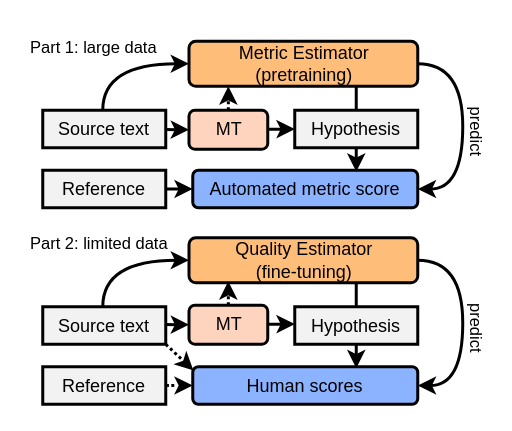
This is meta/pipeline.drawio from zouharvi/mt-metric-estimation, a draw.io file, before an edit. Source tidied: cells renumbered, new cells numbered last; positions are measured from the earlier drawing's top-left corner, leaving out a move shared by most shapes. Both pictures are drawn from the tidied source at 150%, with x=0, y=0 at pixel (27, 26).
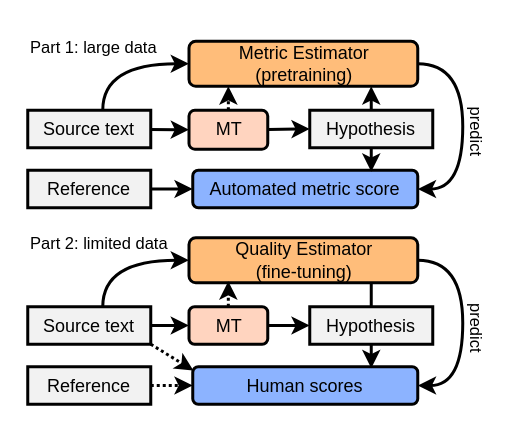
Above is the later version.

Commit message:
widen figure

Unchanged cells that the change refers to:
```xml
<mxCell id="29" value="Human scores" style="rounded=1;whiteSpace=wrap;html=1;fillColor=#8CB3FF;strokeWidth=2;" parent="1" vertex="1">
  <mxGeometry x="110" y="227" width="150" height="25" as="geometry" />
</mxCell>
```

The edit, as a diff of the source:
```diff
@@
     <mxCell id="4" value="&lt;span style=&quot;font-size: 12px;&quot;&gt;Source text&lt;/span&gt;" style="rounded=0;whiteSpace=wrap;html=1;fontSize=10.5;fillColor=#F2F2F2;strokeWidth=2;" parent="1" vertex="1">
-      <mxGeometry x="10" y="56" width="82" height="25" as="geometry" />
+      <mxGeometry y="56" width="82" height="25" as="geometry" />
     </mxCell>
@@
     <mxCell id="7" value="&lt;span style=&quot;font-size: 12px;&quot;&gt;Reference&lt;/span&gt;" style="rounded=0;whiteSpace=wrap;html=1;fontSize=10.5;fillColor=#F2F2F2;strokeWidth=2;" parent="1" vertex="1">
-      <mxGeometry x="10" y="96" width="82" height="25" as="geometry" />
+      <mxGeometry y="96" width="82" height="25" as="geometry" />
     </mxCell>
@@
-    <mxCell id="11" style="edgeStyle=orthogonalEdgeStyle;curved=1;rounded=0;jettySize=auto;html=1;strokeWidth=2;" parent="1" edge="1" source="12">
+    <mxCell id="11" style="rounded=0;jettySize=auto;html=1;strokeWidth=2;" parent="1" edge="1" source="12">
       <mxGeometry relative="1" as="geometry">
-        <mxPoint x="219" y="40" as="targetPoint" />
+        <mxPoint x="229" y="40" as="targetPoint" />
       </mxGeometry>
     </mxCell>
     <mxCell id="12" value="&lt;span style=&quot;font-size: 12px;&quot;&gt;Hypothesis&lt;/span&gt;" style="rounded=0;whiteSpace=wrap;html=1;fontSize=10.5;fillColor=#F2F2F2;strokeWidth=2;" parent="1" vertex="1">
-      <mxGeometry x="178" y="56" width="82" height="25" as="geometry" />
+      <mxGeometry x="188" y="56" width="82" height="25" as="geometry" />
     </mxCell>
@@
     <mxCell id="17" style="edgeStyle=orthogonalEdgeStyle;curved=1;rounded=0;orthogonalLoop=1;jettySize=auto;html=1;strokeWidth=2;" parent="1" edge="1">
       <mxGeometry relative="1" as="geometry">
-        <mxPoint x="219" y="81" as="sourcePoint" />
-        <mxPoint x="219" y="97" as="targetPoint" />
+        <mxPoint x="229" y="81" as="sourcePoint" />
+        <mxPoint x="229" y="97" as="targetPoint" />
       </mxGeometry>
     </mxCell>
@@
     <mxCell id="20" value="&lt;span style=&quot;font-size: 12px;&quot;&gt;Source text&lt;/span&gt;" style="rounded=0;whiteSpace=wrap;html=1;fontSize=10.5;fillColor=#F2F2F2;strokeWidth=2;" parent="1" vertex="1">
-      <mxGeometry x="10" y="187" width="82" height="25" as="geometry" />
+      <mxGeometry y="187" width="82" height="25" as="geometry" />
     </mxCell>
@@
-    <mxCell id="22" style="edgeStyle=orthogonalEdgeStyle;curved=1;rounded=0;jettySize=auto;html=1;entryX=0;entryY=0.5;entryDx=0;entryDy=0;strokeWidth=2;dashed=1;dashPattern=1 4;" parent="1" edge="1" source="23" target="29">
+    <mxCell id="22" style="rounded=0;jettySize=auto;html=1;entryX=0;entryY=0.5;entryDx=0;entryDy=0;strokeWidth=2;dashed=1;dashPattern=1 1;" parent="1" edge="1" source="23" target="29">
       <mxGeometry relative="1" as="geometry" />
     </mxCell>
     <mxCell id="23" value="&lt;span style=&quot;font-size: 12px;&quot;&gt;Reference&lt;/span&gt;" style="rounded=0;whiteSpace=wrap;html=1;fontSize=10.5;fillColor=#F2F2F2;strokeWidth=2;" parent="1" vertex="1">
-      <mxGeometry x="10" y="227" width="82" height="25" as="geometry" />
+      <mxGeometry y="227" width="82" height="25" as="geometry" />
     </mxCell>
     <mxCell id="24" style="edgeStyle=orthogonalEdgeStyle;curved=1;rounded=0;jettySize=auto;html=1;strokeWidth=2;" parent="1" edge="1" source="25">
       <mxGeometry relative="1" as="geometry">
-        <mxPoint x="219" y="171" as="targetPoint" />
+        <mxPoint x="229" y="171" as="targetPoint" />
       </mxGeometry>
     </mxCell>
     <mxCell id="25" value="&lt;span style=&quot;font-size: 12px;&quot;&gt;Hypothesis&lt;/span&gt;" style="rounded=0;whiteSpace=wrap;html=1;fontSize=10.5;fillColor=#F2F2F2;strokeWidth=2;" parent="1" vertex="1">
-      <mxGeometry x="178" y="187" width="82" height="25" as="geometry" />
+      <mxGeometry x="188" y="187" width="82" height="25" as="geometry" />
     </mxCell>
@@
     <mxCell id="30" style="edgeStyle=orthogonalEdgeStyle;curved=1;rounded=0;orthogonalLoop=1;jettySize=auto;html=1;strokeWidth=2;" parent="1" edge="1">
       <mxGeometry relative="1" as="geometry">
-        <mxPoint x="219" y="212" as="sourcePoint" />
-        <mxPoint x="219" y="228" as="targetPoint" />
+        <mxPoint x="229" y="212" as="sourcePoint" />
+        <mxPoint x="229" y="228" as="targetPoint" />
       </mxGeometry>
     </mxCell>
-    <mxCell id="31" style="edgeStyle=none;rounded=0;jettySize=auto;html=1;entryX=0;entryY=0.5;entryDx=0;entryDy=0;strokeWidth=2;" parent="1" edge="1" target="34">
-      <mxGeometry relative="1" as="geometry">
-        <mxPoint x="92" y="198.9" as="sourcePoint" />
-      </mxGeometry>
+    <mxCell id="31" style="edgeStyle=none;rounded=0;jettySize=auto;html=1;entryX=0;entryY=0.5;entryDx=0;entryDy=0;strokeWidth=2;exitX=1;exitY=0.5;exitDx=0;exitDy=0;" parent="1" edge="1" source="20" target="34">
+      <mxGeometry relative="1" as="geometry" />
     </mxCell>
-    <mxCell id="32" style="edgeStyle=none;rounded=0;jettySize=auto;html=1;entryX=0;entryY=0.5;entryDx=0;entryDy=0;strokeWidth=2;" parent="1" edge="1" source="34">
-      <mxGeometry relative="1" as="geometry">
-        <mxPoint x="178" y="198.5" as="targetPoint" />
-      </mxGeometry>
+    <mxCell id="32" style="edgeStyle=none;rounded=0;jettySize=auto;html=1;entryX=0;entryY=0.5;entryDx=0;entryDy=0;strokeWidth=2;" parent="1" edge="1" source="34" target="25">
+      <mxGeometry relative="1" as="geometry" />
     </mxCell>
@@
     <mxCell id="34" value="MT" style="rounded=1;whiteSpace=wrap;html=1;fillColor=#FFD4BF;strokeWidth=2;" parent="1" vertex="1">
-      <mxGeometry x="107.5" y="186" width="52.5" height="26" as="geometry" />
+      <mxGeometry x="107.5" y="187" width="52.5" height="25" as="geometry" />
     </mxCell>
```
